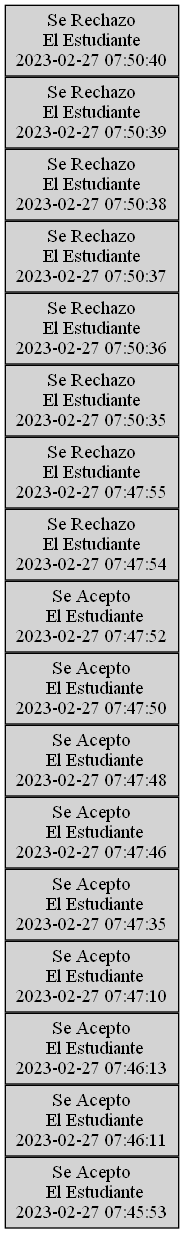
Earlier version of the Graphviz export EDD_Proyecto1_Fase1/Reportes/PilaAdmin.png (walterjav19/EDD_1S2023_PY_202111718). Its source is kept beside it as EDD_Proyecto1_Fase1/Grafics/PilaAdmin.dot.
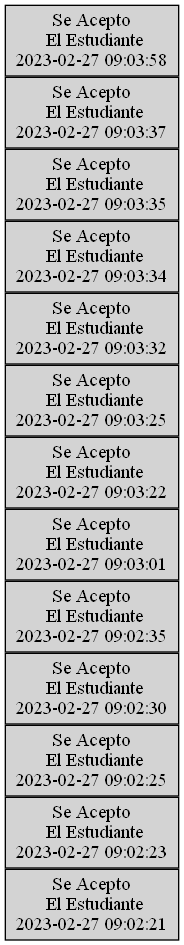
The same file after the commit.

The edit, as a diff of the source:
```diff
@@ -4,53 +4,41 @@
 nodesep=0;
 n0 [label="Se Acepto
  El Estudiante
-2023-02-27 07:45:53"];
+2023-02-27 09:02:21"];
 n1 [label="Se Acepto
  El Estudiante
-2023-02-27 07:46:11"];
+2023-02-27 09:02:23"];
 n2 [label="Se Acepto
  El Estudiante
-2023-02-27 07:46:13"];
+2023-02-27 09:02:25"];
 n3 [label="Se Acepto
  El Estudiante
-2023-02-27 07:47:10"];
+2023-02-27 09:02:30"];
 n4 [label="Se Acepto
  El Estudiante
-2023-02-27 07:47:35"];
+2023-02-27 09:02:35"];
 n5 [label="Se Acepto
  El Estudiante
-2023-02-27 07:47:46"];
+2023-02-27 09:03:01"];
 n6 [label="Se Acepto
  El Estudiante
-2023-02-27 07:47:48"];
+2023-02-27 09:03:22"];
 n7 [label="Se Acepto
  El Estudiante
-2023-02-27 07:47:50"];
+2023-02-27 09:03:25"];
 n8 [label="Se Acepto
  El Estudiante
-2023-02-27 07:47:52"];
-n9 [label="Se Rechazo
-El Estudiante
-2023-02-27 07:47:54"];
-n10 [label="Se Rechazo
-El Estudiante
-2023-02-27 07:47:55"];
-n11 [label="Se Rechazo
-El Estudiante
-2023-02-27 07:50:35"];
-n12 [label="Se Rechazo
-El Estudiante
-2023-02-27 07:50:36"];
-n13 [label="Se Rechazo
-El Estudiante
-2023-02-27 07:50:37"];
-n14 [label="Se Rechazo
-El Estudiante
-2023-02-27 07:50:38"];
-n15 [label="Se Rechazo
-El Estudiante
-2023-02-27 07:50:39"];
-n16 [label="Se Rechazo
-El Estudiante
-2023-02-27 07:50:40"];
+2023-02-27 09:03:32"];
+n9 [label="Se Acepto
+ El Estudiante
+2023-02-27 09:03:34"];
+n10 [label="Se Acepto
+ El Estudiante
+2023-02-27 09:03:35"];
+n11 [label="Se Acepto
+ El Estudiante
+2023-02-27 09:03:37"];
+n12 [label="Se Acepto
+ El Estudiante
+2023-02-27 09:03:58"];
 }
```
